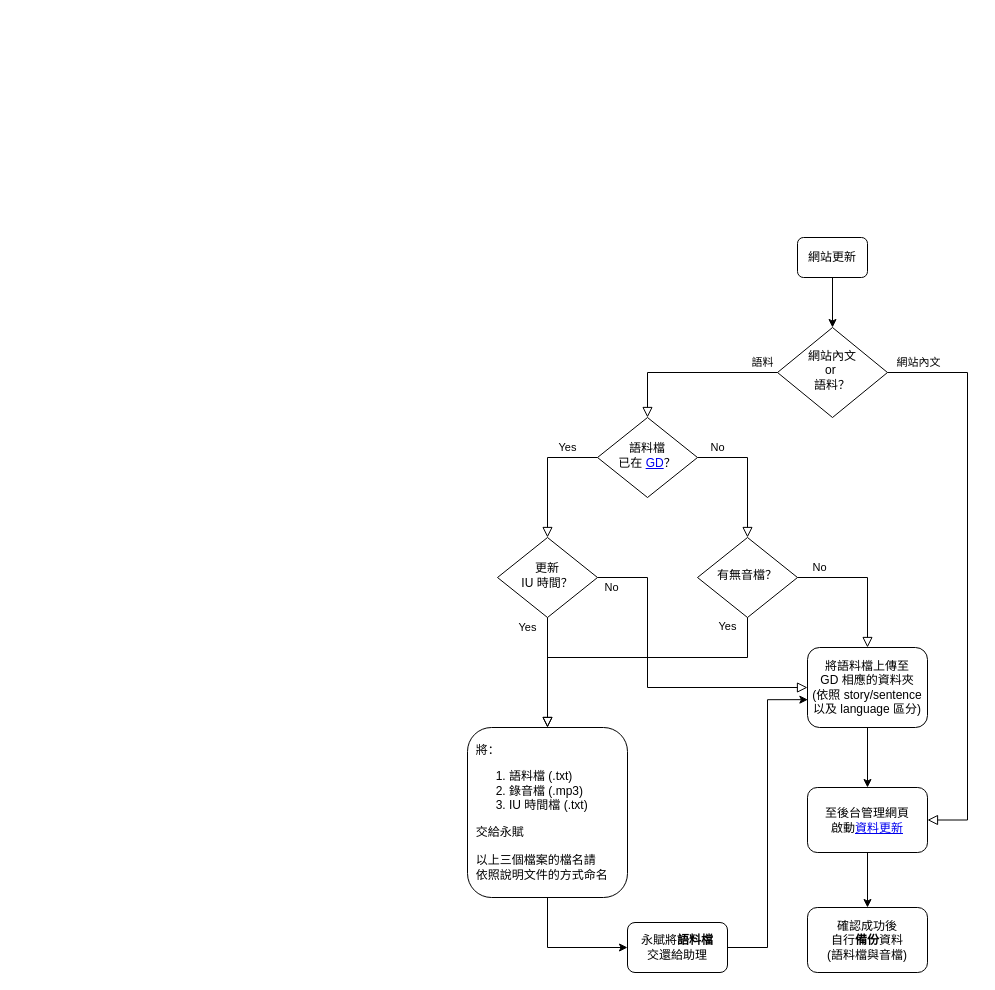
The draw.io diagram data_update_flow.drawio in liao961120/cdocs, before the edit. Source tidied: cells renumbered, new cells numbered last; positions are measured from the earlier drawing's top-left corner, leaving out a move shared by most shapes. Both pictures are drawn from the tidied source at 100%, with x=0, y=0 at pixel (467, 237).
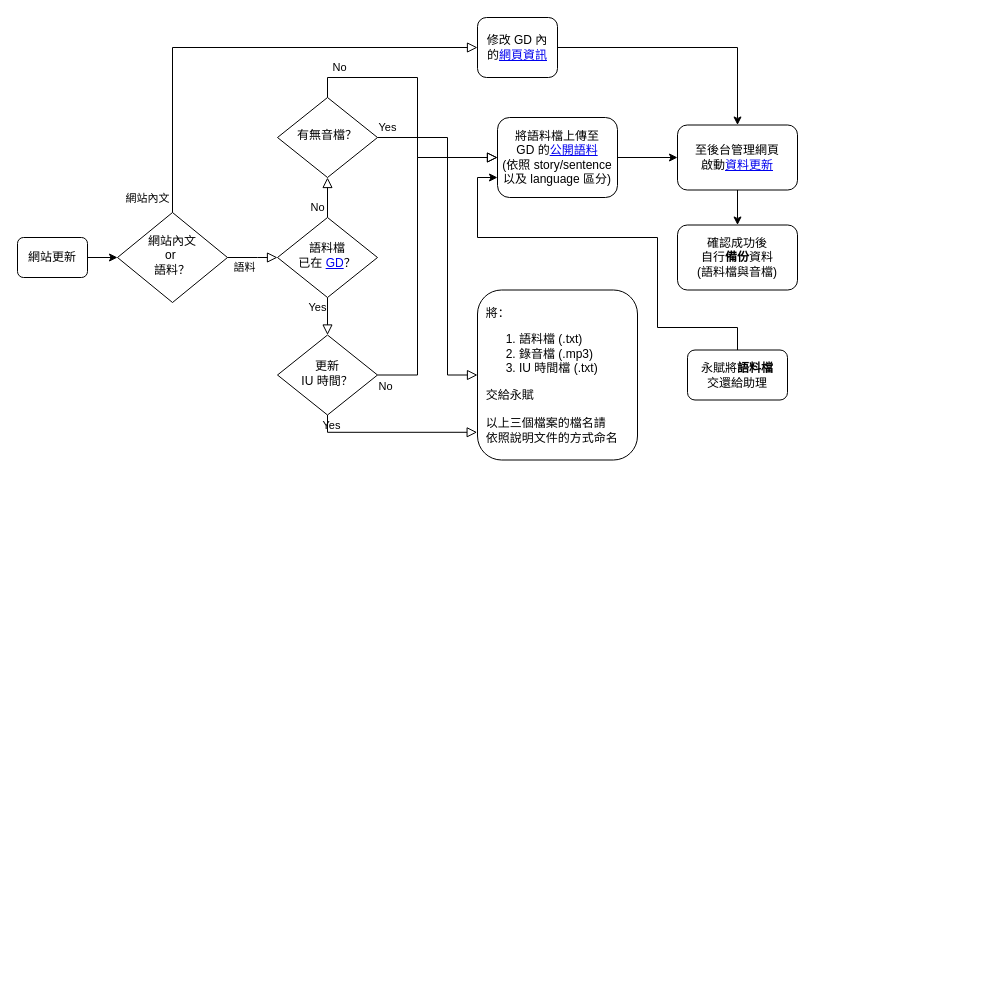
Above is the later version.

Change to the diagram source:
```diff
@@
     <mxCell id="2" value="網站更新" style="rounded=1;whiteSpace=wrap;html=1;fontSize=12;glass=0;strokeWidth=1;shadow=0;" parent="1" vertex="1">
-      <mxGeometry x="330" width="70" height="40" as="geometry" />
+      <mxGeometry x="-450" width="70" height="40" as="geometry" />
     </mxCell>
-    <mxCell id="3" value="Yes" style="rounded=0;html=1;jettySize=auto;fontSize=11;endArrow=block;endFill=0;endSize=8;strokeWidth=1;shadow=0;labelBackgroundColor=none;edgeStyle=orthogonalEdgeStyle;exitX=0;exitY=0.5;exitDx=0;exitDy=0;" parent="1" edge="1" source="5" target="7">
+    <mxCell id="3" value="Yes" style="rounded=0;html=1;jettySize=auto;fontSize=11;endArrow=block;endFill=0;endSize=8;strokeWidth=1;shadow=0;labelBackgroundColor=none;edgeStyle=orthogonalEdgeStyle;exitX=0.5;exitY=1;exitDx=0;exitDy=0;" parent="1" edge="1" source="5" target="7">
       <mxGeometry x="-0.54" y="-10" relative="1" as="geometry" />
     </mxCell>
-    <mxCell id="4" value="No" style="edgeStyle=orthogonalEdgeStyle;rounded=0;html=1;jettySize=auto;fontSize=11;endArrow=block;endFill=0;endSize=8;strokeWidth=1;shadow=0;labelBackgroundColor=none;entryX=0.5;entryY=0;entryDx=0;entryDy=0;exitX=1;exitY=0.5;exitDx=0;exitDy=0;" parent="1" edge="1" source="5" target="8">
-      <mxGeometry x="-0.69" y="10" relative="1" as="geometry" />
+    <mxCell id="4" value="No" style="edgeStyle=orthogonalEdgeStyle;rounded=0;html=1;jettySize=auto;fontSize=11;endArrow=block;endFill=0;endSize=8;strokeWidth=1;shadow=0;labelBackgroundColor=none;exitX=0.5;exitY=0;exitDx=0;exitDy=0;entryX=0.5;entryY=1;entryDx=0;entryDy=0;" parent="1" edge="1" source="5" target="8">
+      <mxGeometry x="-0.5" y="10" relative="1" as="geometry" />
     </mxCell>
     <mxCell id="5" value="語料檔&lt;br&gt;已在 &lt;a href=&quot;https://drive.google.com/drive/folders/1anXf0owlXjyu_qc7mF-_ayNJGfo_0CiV&quot;&gt;GD&lt;/a&gt;？" style="rhombus;whiteSpace=wrap;html=1;shadow=0;fontFamily=Helvetica;fontSize=12;align=center;strokeWidth=1;spacing=6;spacingTop=-4;" parent="1" vertex="1">
-      <mxGeometry x="130" y="180" width="100" height="80" as="geometry" />
+      <mxGeometry x="-190" y="-20" width="100" height="80" as="geometry" />
     </mxCell>
     <mxCell id="6" value="No" style="rounded=0;html=1;jettySize=auto;fontSize=11;endArrow=block;endFill=0;endSize=8;strokeWidth=1;shadow=0;labelBackgroundColor=none;edgeStyle=orthogonalEdgeStyle;exitX=1;exitY=0.5;exitDx=0;exitDy=0;entryX=0;entryY=0.5;entryDx=0;entryDy=0;" parent="1" edge="1" source="7" target="17">
-      <mxGeometry x="-0.91" y="-10" relative="1" as="geometry">
+      <mxGeometry x="-0.95" y="-10" relative="1" as="geometry">
         <Array as="points">
-          <mxPoint x="180" y="340" />
-          <mxPoint x="180" y="450" />
+          <mxPoint x="-50" y="138" />
+          <mxPoint x="-50" y="-80" />
         </Array>
+        <mxPoint y="1" as="offset" />
       </mxGeometry>
     </mxCell>
     <mxCell id="7" value="更新&lt;br&gt;IU 時間？" style="rhombus;whiteSpace=wrap;html=1;shadow=0;fontFamily=Helvetica;fontSize=12;align=center;strokeWidth=1;spacing=6;spacingTop=-4;" parent="1" vertex="1">
-      <mxGeometry x="30" y="300" width="100" height="80" as="geometry" />
+      <mxGeometry x="-190" y="97.5" width="100" height="80" as="geometry" />
     </mxCell>
     <mxCell id="8" value="有無音檔？" style="rhombus;whiteSpace=wrap;html=1;shadow=0;fontFamily=Helvetica;fontSize=12;align=center;strokeWidth=1;spacing=6;spacingTop=-4;" parent="1" vertex="1">
-      <mxGeometry x="230" y="300" width="100" height="80" as="geometry" />
+      <mxGeometry x="-190" y="-140" width="100" height="80" as="geometry" />
     </mxCell>
-    <mxCell id="9" style="edgeStyle=orthogonalEdgeStyle;rounded=0;jettySize=auto;html=1;exitX=0.5;exitY=1;exitDx=0;exitDy=0;entryX=0;entryY=0.5;entryDx=0;entryDy=0;" parent="1" edge="1" source="10" target="14">
-      <mxGeometry relative="1" as="geometry" />
-    </mxCell>
     <mxCell id="10" value="&amp;nbsp; 將：&lt;br&gt;&lt;ol&gt;&lt;li&gt;語料檔 (.txt)&lt;/li&gt;&lt;li&gt;錄音檔 (.mp3)&lt;/li&gt;&lt;li&gt;IU 時間檔 (.txt)&lt;/li&gt;&lt;/ol&gt;&lt;div&gt;&amp;nbsp; 交給永賦&lt;/div&gt;&lt;div&gt;&lt;br&gt;&lt;/div&gt;&lt;div&gt;&amp;nbsp; 以上三個檔案的檔名請&lt;/div&gt;&lt;div&gt;&amp;nbsp; 依照說明&lt;span&gt;文件的方式命名&lt;/span&gt;&lt;/div&gt;" style="rounded=1;whiteSpace=wrap;html=1;fontSize=12;glass=0;strokeWidth=1;shadow=0;align=left;" parent="1" vertex="1">
-      <mxGeometry y="490" width="160" height="170" as="geometry" />
+      <mxGeometry x="10" y="52.5" width="160" height="170" as="geometry" />
     </mxCell>
-    <mxCell id="11" value="Yes" style="rounded=0;html=1;jettySize=auto;fontSize=11;endArrow=block;endFill=0;endSize=8;strokeWidth=1;shadow=0;labelBackgroundColor=none;edgeStyle=orthogonalEdgeStyle;exitX=0.5;exitY=1;exitDx=0;exitDy=0;entryX=0.5;entryY=0;entryDx=0;entryDy=0;" parent="1" edge="1" source="8" target="10">
-      <mxGeometry x="-0.94" y="-20" relative="1" as="geometry">
-        <Array as="points">
-          <mxPoint x="280" y="420" />
-          <mxPoint x="80" y="420" />
-        </Array>
-      </mxGeometry>
-    </mxCell>
-    <mxCell id="12" value="Yes" style="rounded=0;html=1;jettySize=auto;fontSize=11;endArrow=block;endFill=0;endSize=8;strokeWidth=1;shadow=0;labelBackgroundColor=none;edgeStyle=orthogonalEdgeStyle;entryX=0.5;entryY=0;entryDx=0;entryDy=0;exitX=0.5;exitY=1;exitDx=0;exitDy=0;" parent="1" edge="1" source="7" target="10">
-      <mxGeometry x="-0.82" y="-20" relative="1" as="geometry" />
+    <mxCell id="12" value="Yes" style="rounded=0;html=1;jettySize=auto;fontSize=11;endArrow=block;endFill=0;endSize=8;strokeWidth=1;shadow=0;labelBackgroundColor=none;edgeStyle=orthogonalEdgeStyle;entryX=-0.002;entryY=0.837;entryDx=0;entryDy=0;exitX=0.5;exitY=1;exitDx=0;exitDy=0;entryPerimeter=0;" parent="1" edge="1" source="7" target="10">
+      <mxGeometry x="-0.75" y="8" relative="1" as="geometry">
+        <Array as="points">
+          <mxPoint x="-140" y="195" />
+        </Array>
+        <mxPoint y="1" as="offset" />
+      </mxGeometry>
     </mxCell>
-    <mxCell id="13" style="edgeStyle=orthogonalEdgeStyle;rounded=0;jettySize=auto;html=1;exitX=1;exitY=0.5;exitDx=0;exitDy=0;entryX=0.003;entryY=0.652;entryDx=0;entryDy=0;entryPerimeter=0;" parent="1" edge="1" source="14" target="17">
-      <mxGeometry relative="1" as="geometry" />
+    <mxCell id="13" style="edgeStyle=orthogonalEdgeStyle;rounded=0;jettySize=auto;html=1;entryX=0;entryY=0.75;entryDx=0;entryDy=0;" parent="1" edge="1" source="14" target="17">
+      <mxGeometry relative="1" as="geometry">
+        <Array as="points">
+          <mxPoint x="270" y="90" />
+          <mxPoint x="190" y="90" />
+          <mxPoint x="190" />
+          <mxPoint x="10" />
+          <mxPoint x="10" y="-60" />
+        </Array>
+      </mxGeometry>
     </mxCell>
     <mxCell id="14" value="永賦將&lt;b&gt;語料檔&lt;br&gt;&lt;/b&gt;交還給助理" style="rounded=1;whiteSpace=wrap;html=1;fontSize=12;glass=0;strokeWidth=1;shadow=0;" parent="1" vertex="1">
-      <mxGeometry x="160" y="685" width="100" height="50" as="geometry" />
+      <mxGeometry x="220" y="112.5" width="100" height="50" as="geometry" />
     </mxCell>
-    <mxCell id="15" value="No" style="edgeStyle=orthogonalEdgeStyle;rounded=0;html=1;jettySize=auto;fontSize=11;endArrow=block;endFill=0;endSize=8;strokeWidth=1;shadow=0;labelBackgroundColor=none;entryX=0.5;entryY=0;entryDx=0;entryDy=0;exitX=1;exitY=0.5;exitDx=0;exitDy=0;" parent="1" edge="1" source="8" target="17">
-      <mxGeometry x="-0.69" y="10" relative="1" as="geometry" />
+    <mxCell id="15" value="Yes" style="edgeStyle=orthogonalEdgeStyle;rounded=0;html=1;jettySize=auto;fontSize=11;endArrow=block;endFill=0;endSize=8;strokeWidth=1;shadow=0;labelBackgroundColor=none;entryX=0;entryY=0.5;entryDx=0;entryDy=0;exitX=1;exitY=0.5;exitDx=0;exitDy=0;" parent="1" edge="1" source="8" target="10">
+      <mxGeometry x="-0.94" y="10" relative="1" as="geometry">
+        <Array as="points">
+          <mxPoint x="-20" y="-100" />
+          <mxPoint x="-20" y="138" />
+        </Array>
+      </mxGeometry>
     </mxCell>
-    <mxCell id="16" style="edgeStyle=orthogonalEdgeStyle;rounded=0;jettySize=auto;html=1;exitX=0.5;exitY=1;exitDx=0;exitDy=0;entryX=0.5;entryY=0;entryDx=0;entryDy=0;" parent="1" edge="1" source="17" target="19">
+    <mxCell id="16" style="edgeStyle=orthogonalEdgeStyle;rounded=0;jettySize=auto;html=1;entryX=0;entryY=0.5;entryDx=0;entryDy=0;" parent="1" edge="1" source="17" target="19">
       <mxGeometry relative="1" as="geometry" />
     </mxCell>
-    <mxCell id="17" value="將語料檔上傳至 &lt;br&gt;GD 相應的資料夾&lt;br&gt;(依照 story/sentence&lt;br&gt;以及 language 區分)" style="rounded=1;whiteSpace=wrap;html=1;fontSize=12;glass=0;strokeWidth=1;shadow=0;" parent="1" vertex="1">
-      <mxGeometry x="340" y="410" width="120" height="80" as="geometry" />
+    <mxCell id="17" value="將語料檔上傳至 &lt;br&gt;GD 的&lt;a href=&quot;https://drive.google.com/drive/folders/1anXf0owlXjyu_qc7mF-_ayNJGfo_0CiV&quot;&gt;公開語料&lt;/a&gt;&lt;br&gt;(依照 story/sentence&lt;br&gt;以及 language 區分)" style="rounded=1;whiteSpace=wrap;html=1;fontSize=12;glass=0;strokeWidth=1;shadow=0;" parent="1" vertex="1">
+      <mxGeometry x="30" y="-120" width="120" height="80" as="geometry" />
     </mxCell>
@@
     <mxCell id="19" value="至後台管理網頁&lt;br&gt;啟動&lt;a href=&quot;https://cdocs.netlify.app/#/update&quot;&gt;資料更新&lt;/a&gt;" style="rounded=1;whiteSpace=wrap;html=1;fontSize=12;glass=0;strokeWidth=1;shadow=0;" parent="1" vertex="1">
-      <mxGeometry x="340" y="550" width="120" height="65" as="geometry" />
+      <mxGeometry x="210" y="-112.5" width="120" height="65" as="geometry" />
     </mxCell>
     <mxCell id="20" value="確認成功後&lt;br&gt;自行&lt;b&gt;備份&lt;/b&gt;資料&lt;br&gt;(語料檔與音檔)" style="rounded=1;whiteSpace=wrap;html=1;fontSize=12;glass=0;strokeWidth=1;shadow=0;" parent="1" vertex="1">
-      <mxGeometry x="340" y="670" width="120" height="65" as="geometry" />
+      <mxGeometry x="210" y="-12.5" width="120" height="65" as="geometry" />
     </mxCell>
     <mxCell id="21" value="網站內文&lt;br&gt;or&amp;nbsp;&lt;br&gt;語料？" style="rhombus;whiteSpace=wrap;html=1;shadow=0;fontFamily=Helvetica;fontSize=12;align=center;strokeWidth=1;spacing=6;spacingTop=-4;" parent="1" vertex="1">
-      <mxGeometry x="310" y="90" width="110" height="90" as="geometry" />
+      <mxGeometry x="-350" y="-25" width="110" height="90" as="geometry" />
     </mxCell>
-    <mxCell id="22" value="語料" style="edgeStyle=orthogonalEdgeStyle;rounded=0;html=1;jettySize=auto;fontSize=11;endArrow=block;endFill=0;endSize=8;strokeWidth=1;shadow=0;labelBackgroundColor=none;exitX=0;exitY=0.5;exitDx=0;exitDy=0;" parent="1" edge="1" source="21">
-      <mxGeometry x="-0.83" y="-10" relative="1" as="geometry">
-        <mxPoint x="180" y="180" as="targetPoint" />
+    <mxCell id="22" value="語料" style="edgeStyle=orthogonalEdgeStyle;rounded=0;html=1;jettySize=auto;fontSize=11;endArrow=block;endFill=0;endSize=8;strokeWidth=1;shadow=0;labelBackgroundColor=none;exitX=1;exitY=0.5;exitDx=0;exitDy=0;entryX=0;entryY=0.5;entryDx=0;entryDy=0;" parent="1" edge="1" source="21" target="5">
+      <mxGeometry x="-0.33" y="-10" relative="1" as="geometry">
         <Array as="points">
-          <mxPoint x="180" y="135" />
+          <mxPoint x="-210" y="20" />
+          <mxPoint x="-210" y="20" />
         </Array>
       </mxGeometry>
     </mxCell>
-    <mxCell id="23" value="網站內文" style="edgeStyle=orthogonalEdgeStyle;rounded=0;html=1;jettySize=auto;fontSize=11;endArrow=block;endFill=0;endSize=8;strokeWidth=1;shadow=0;labelBackgroundColor=none;exitX=1;exitY=0.5;exitDx=0;exitDy=0;entryX=1;entryY=0.5;entryDx=0;entryDy=0;" parent="1" edge="1" source="21" target="19">
-      <mxGeometry x="-0.89" y="10" relative="1" as="geometry">
+    <mxCell id="23" value="網站內文" style="edgeStyle=orthogonalEdgeStyle;rounded=0;html=1;jettySize=auto;fontSize=11;endArrow=block;endFill=0;endSize=8;strokeWidth=1;shadow=0;labelBackgroundColor=none;exitX=0.5;exitY=0;exitDx=0;exitDy=0;entryX=0;entryY=0.5;entryDx=0;entryDy=0;" parent="1" edge="1" source="21" target="26">
+      <mxGeometry x="-0.94" y="25" relative="1" as="geometry">
         <Array as="points">
-          <mxPoint x="500" y="135" />
-          <mxPoint x="500" y="583" />
+          <mxPoint x="-295" y="-190" />
         </Array>
       </mxGeometry>
     </mxCell>
-    <mxCell id="24" style="edgeStyle=orthogonalEdgeStyle;rounded=0;jettySize=auto;html=1;exitX=0.5;exitY=1;exitDx=0;exitDy=0;entryX=0.5;entryY=0;entryDx=0;entryDy=0;" parent="1" edge="1" source="2" target="21">
+    <mxCell id="24" style="edgeStyle=orthogonalEdgeStyle;rounded=0;jettySize=auto;html=1;exitX=1;exitY=0.5;exitDx=0;exitDy=0;entryX=0;entryY=0.5;entryDx=0;entryDy=0;" parent="1" edge="1" source="2" target="21">
       <mxGeometry relative="1" as="geometry" />
     </mxCell>
+    <mxCell id="25" style="edgeStyle=orthogonalEdgeStyle;rounded=0;jettySize=auto;html=1;entryX=0.5;entryY=0;entryDx=0;entryDy=0;" parent="1" edge="1" source="26" target="19">
+      <mxGeometry relative="1" as="geometry" />
+    </mxCell>
+    <mxCell id="26" value="修改 GD 內&lt;br&gt;的&lt;a href=&quot;https://drive.google.com/drive/folders/1wRviM4yVvQySP2JG5r5a2aBBw4z8uj6q&quot;&gt;網頁資訊&lt;/a&gt;" style="rounded=1;whiteSpace=wrap;html=1;fontSize=12;glass=0;strokeWidth=1;shadow=0;" parent="1" vertex="1">
+      <mxGeometry x="10" y="-220" width="80" height="60" as="geometry" />
+    </mxCell>
+    <mxCell id="27" value="No" style="edgeStyle=orthogonalEdgeStyle;rounded=0;html=1;jettySize=auto;fontSize=11;endArrow=block;endFill=0;endSize=8;strokeWidth=1;shadow=0;labelBackgroundColor=none;exitX=0.5;exitY=0;exitDx=0;exitDy=0;entryX=0;entryY=0.5;entryDx=0;entryDy=0;" parent="1" edge="1" source="8" target="17">
+      <mxGeometry x="-0.76" y="10" relative="1" as="geometry">
+        <Array as="points">
+          <mxPoint x="-140" y="-160" />
+          <mxPoint x="-50" y="-160" />
+          <mxPoint x="-50" y="-80" />
+        </Array>
+      </mxGeometry>
+    </mxCell>
```
